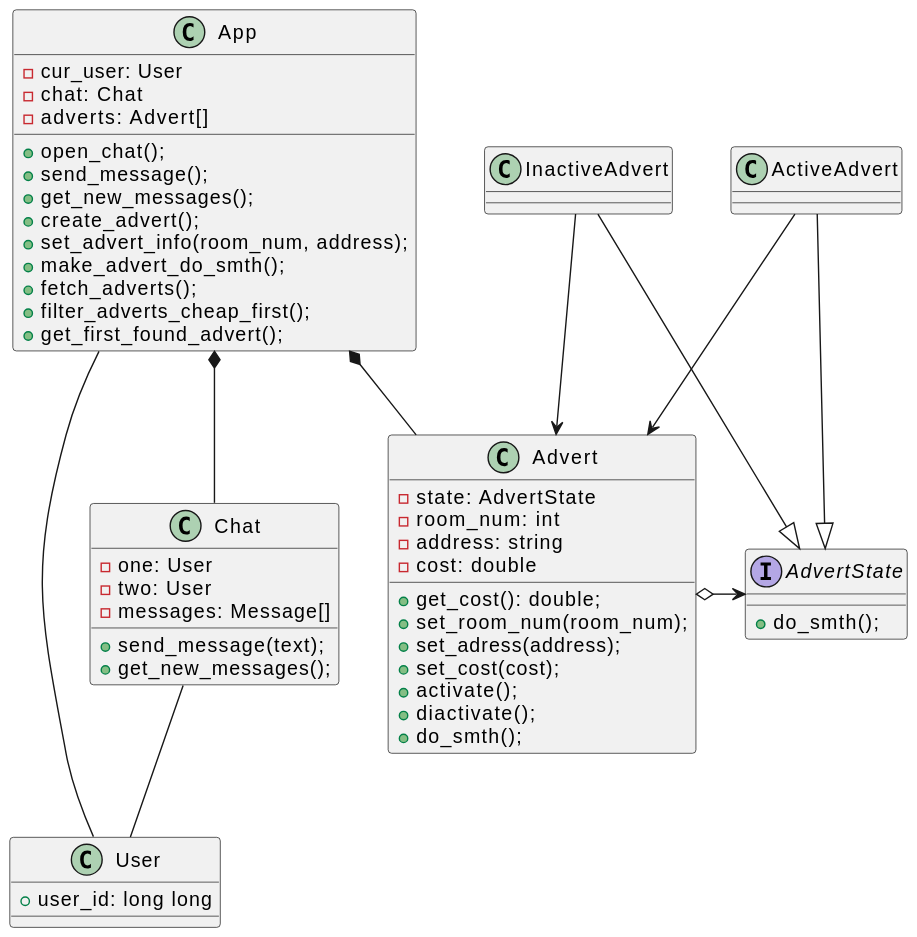
Above: assets/plantuml/class_diagram.svg in penamarth/bsbo-13-22_team1_var8 (PlantUML), before the change.
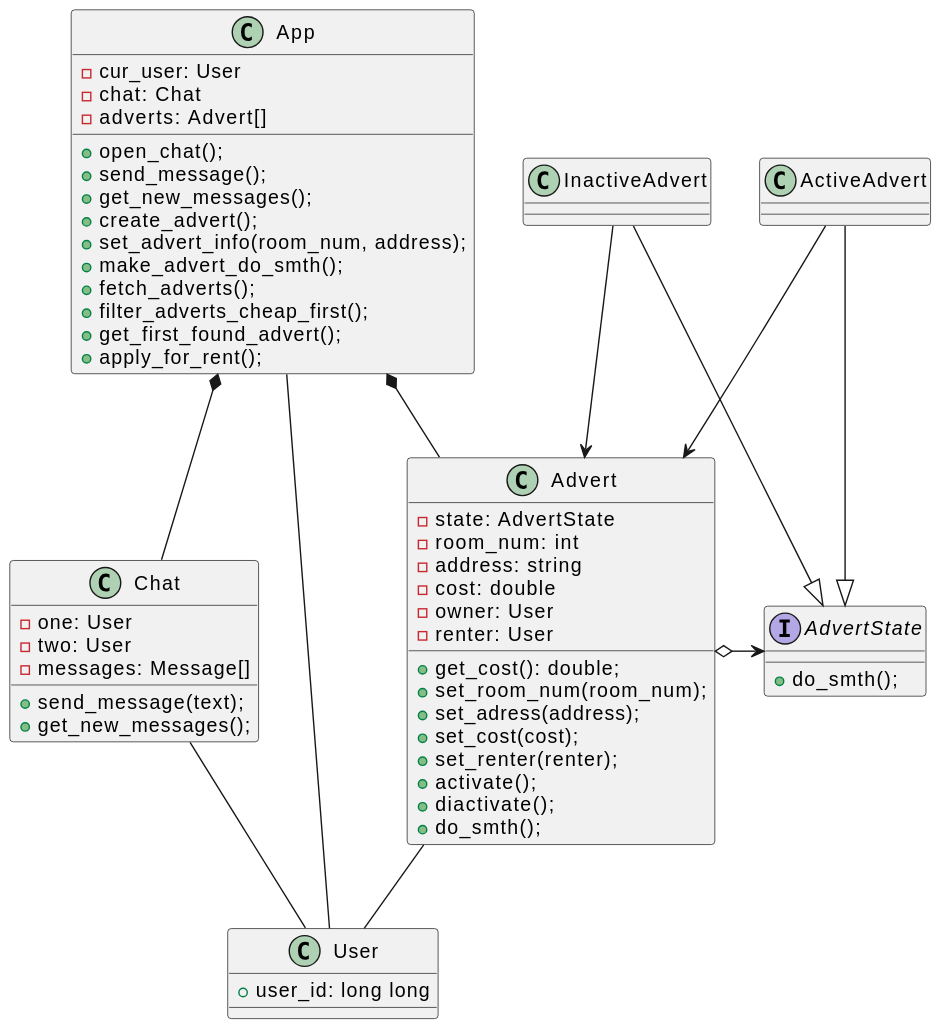
Later version of the same file.

Commit message:
update code and diagrams for rentflat use case

What changed in the source:
```diff
@@ -12,6 +12,7 @@
 +fetch_adverts();
 +filter_adverts_cheap_first();
 +get_first_found_advert();
++apply_for_rent();
 }
 
 interface AdvertState {
@@ -27,10 +28,13 @@
 -room_num: int
 -address: string
 -cost: double
+-owner: User
+-renter: User
 +get_cost(): double;
 +set_room_num(room_num);
 +set_adress(address);
 +set_cost(cost);
++set_renter(renter);
 +activate();
 +diactivate();
 +do_smth();
@@ -59,4 +63,6 @@
 App -- User
 
 Chat -- User
+
+Advert -- User
 @enduml
```
